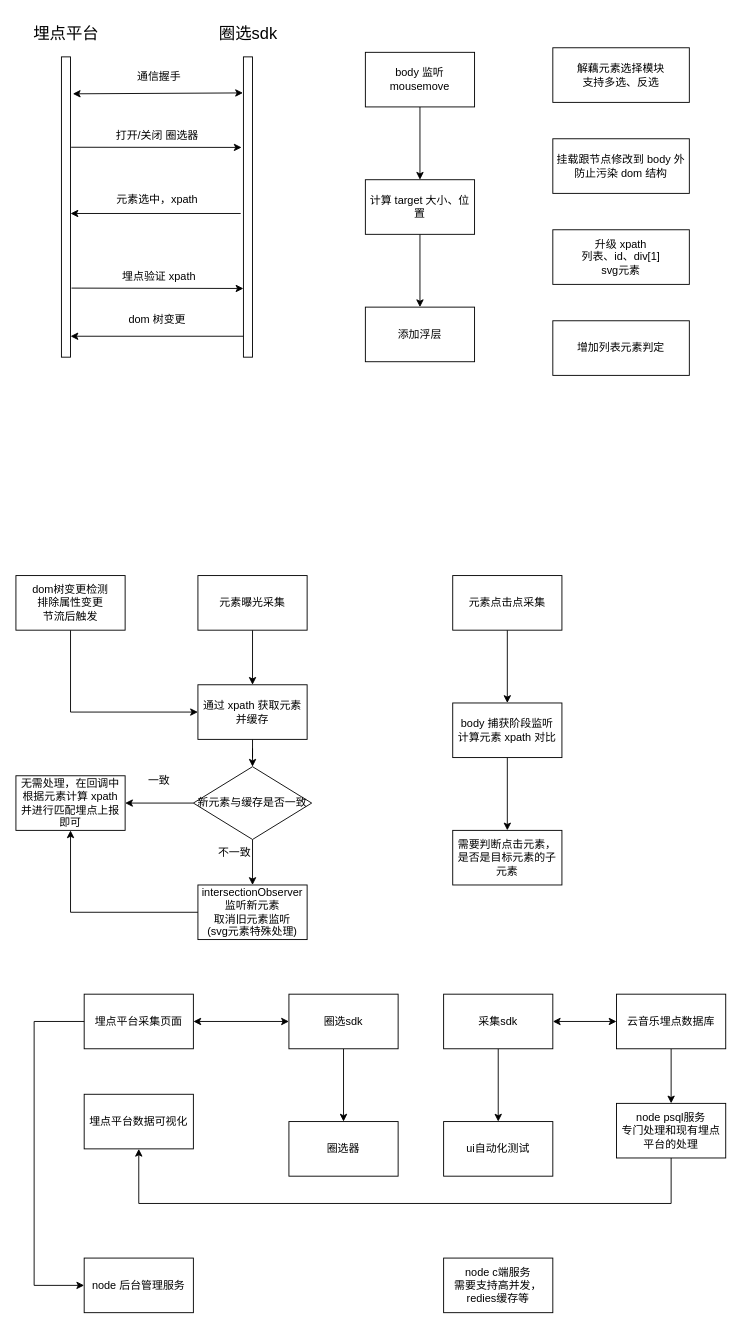
The draw.io diagram 未命名绘图.drawio in yuzai/-, before the edit. Source tidied: cells renumbered, new cells numbered last; positions are measured from the earlier drawing's top-left corner, leaving out a move shared by most shapes. Both pictures are drawn from the tidied source at 91%, with x=0, y=0 at pixel (15, 15).
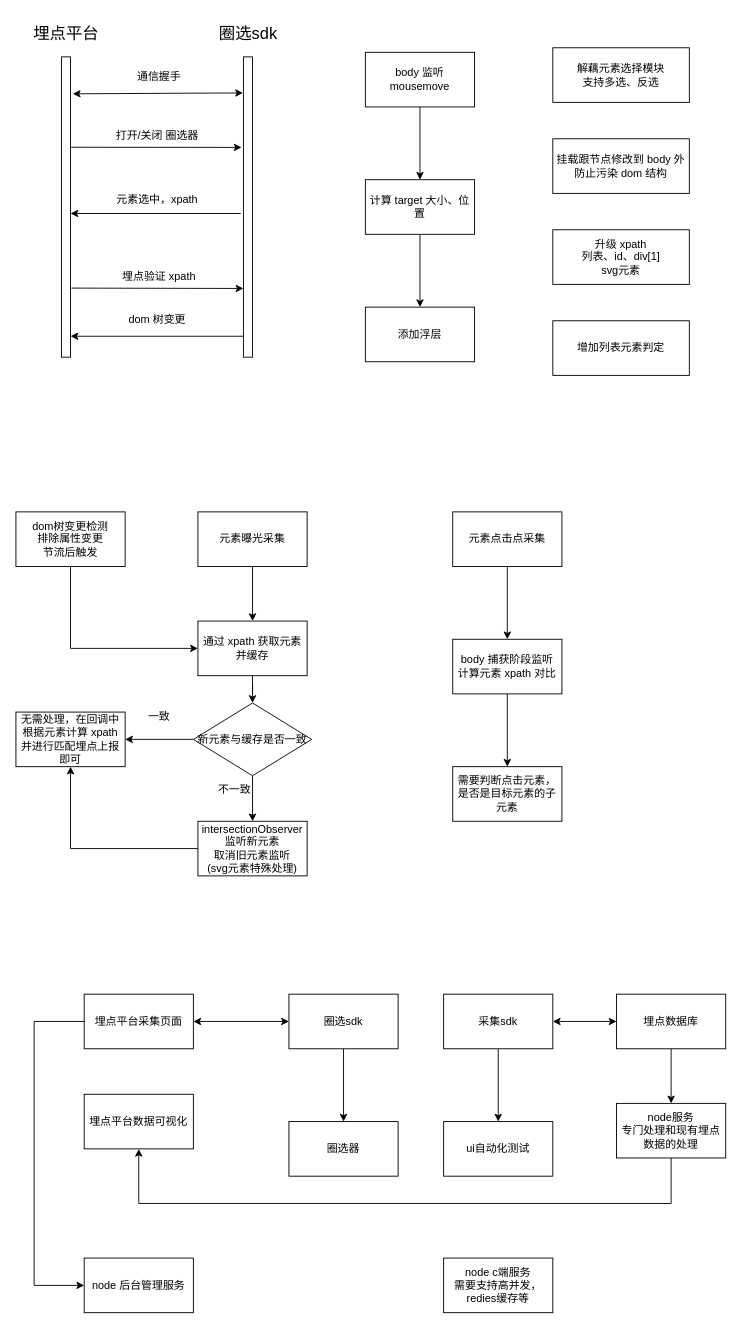
The same diagram, later.

Commit message:
更新未命名绘图.drawio

Diff of the diagram source:
```diff
@@
     <mxCell id="26" value="元素曝光采集" style="rounded=0;whiteSpace=wrap;html=1;fontSize=12;" parent="1" vertex="1">
-      <mxGeometry x="200" y="615" width="120" height="60" as="geometry" />
+      <mxGeometry x="200" y="545" width="120" height="60" as="geometry" />
     </mxCell>
@@
     <mxCell id="28" value="元素点击点采集" style="rounded=0;whiteSpace=wrap;html=1;fontSize=12;" parent="1" vertex="1">
-      <mxGeometry x="480" y="615" width="120" height="60" as="geometry" />
+      <mxGeometry x="480" y="545" width="120" height="60" as="geometry" />
     </mxCell>
@@
     <mxCell id="30" value="intersectionObserver&lt;br&gt;监听新元素&lt;br&gt;取消旧元素监听&lt;br&gt;(svg元素特殊处理)" style="whiteSpace=wrap;html=1;rounded=0;" parent="1" vertex="1">
-      <mxGeometry x="200" y="955" width="120" height="60" as="geometry" />
+      <mxGeometry x="200" y="885" width="120" height="60" as="geometry" />
     </mxCell>
     <mxCell id="31" value="无需处理，在回调中根据元素计算 xpath 并进行匹配埋点上报即可" style="whiteSpace=wrap;html=1;rounded=0;" parent="1" vertex="1">
-      <mxGeometry y="835" width="120" height="60" as="geometry" />
+      <mxGeometry y="765" width="120" height="60" as="geometry" />
     </mxCell>
@@
     <mxCell id="33" value="dom树变更检测&lt;br&gt;排除属性变更&lt;br&gt;节流后触发" style="whiteSpace=wrap;html=1;rounded=0;" parent="1" vertex="1">
-      <mxGeometry y="615" width="120" height="60" as="geometry" />
+      <mxGeometry y="545" width="120" height="60" as="geometry" />
     </mxCell>
@@
     <mxCell id="35" value="通过 xpath 获取元素并缓存" style="whiteSpace=wrap;html=1;rounded=0;" parent="1" vertex="1">
-      <mxGeometry x="200" y="735" width="120" height="60" as="geometry" />
+      <mxGeometry x="200" y="665" width="120" height="60" as="geometry" />
     </mxCell>
@@
     <mxCell id="38" value="新元素与缓存是否一致" style="rhombus;whiteSpace=wrap;html=1;rounded=0;" parent="1" vertex="1">
-      <mxGeometry x="195" y="825" width="130" height="80" as="geometry" />
+      <mxGeometry x="195" y="755" width="130" height="80" as="geometry" />
     </mxCell>
     <mxCell id="39" value="不一致" style="text;html=1;align=center;verticalAlign=middle;strokeColor=none;fillColor=none;fontSize=12;" parent="1" vertex="1">
-      <mxGeometry x="210" y="905" width="60" height="30" as="geometry" />
+      <mxGeometry x="210" y="835" width="60" height="30" as="geometry" />
     </mxCell>
     <mxCell id="40" value="一致" style="text;html=1;align=center;verticalAlign=middle;strokeColor=none;fillColor=none;fontSize=12;" parent="1" vertex="1">
-      <mxGeometry x="132" y="825" width="50" height="30" as="geometry" />
+      <mxGeometry x="132" y="755" width="50" height="30" as="geometry" />
     </mxCell>
@@
     <mxCell id="42" value="body 捕获阶段监听&lt;br&gt;计算元素 xpath 对比" style="whiteSpace=wrap;html=1;rounded=0;" parent="1" vertex="1">
-      <mxGeometry x="480" y="755" width="120" height="60" as="geometry" />
+      <mxGeometry x="480" y="685" width="120" height="60" as="geometry" />
     </mxCell>
     <mxCell id="43" value="需要判断点击元素，是否是目标元素的子元素" style="whiteSpace=wrap;html=1;rounded=0;" parent="1" vertex="1">
-      <mxGeometry x="480" y="895" width="120" height="60" as="geometry" />
+      <mxGeometry x="480" y="825" width="120" height="60" as="geometry" />
     </mxCell>
@@
-    <mxCell id="52" value="云音乐埋点数据库" style="rounded=0;whiteSpace=wrap;html=1;" parent="1" vertex="1">
+    <mxCell id="52" value="埋点数据库" style="rounded=0;whiteSpace=wrap;html=1;" parent="1" vertex="1">
       <mxGeometry x="660" y="1075" width="120" height="60" as="geometry" />
     </mxCell>
@@
-    <mxCell id="57" value="node psql服务&lt;br&gt;专门处理和现有埋点平台的处理" style="rounded=0;whiteSpace=wrap;html=1;" parent="1" vertex="1">
+    <mxCell id="57" value="node服务&lt;br&gt;专门处理和现有埋点数据的处理" style="rounded=0;whiteSpace=wrap;html=1;" parent="1" vertex="1">
       <mxGeometry x="660" y="1195" width="120" height="60" as="geometry" />
     </mxCell>
```
